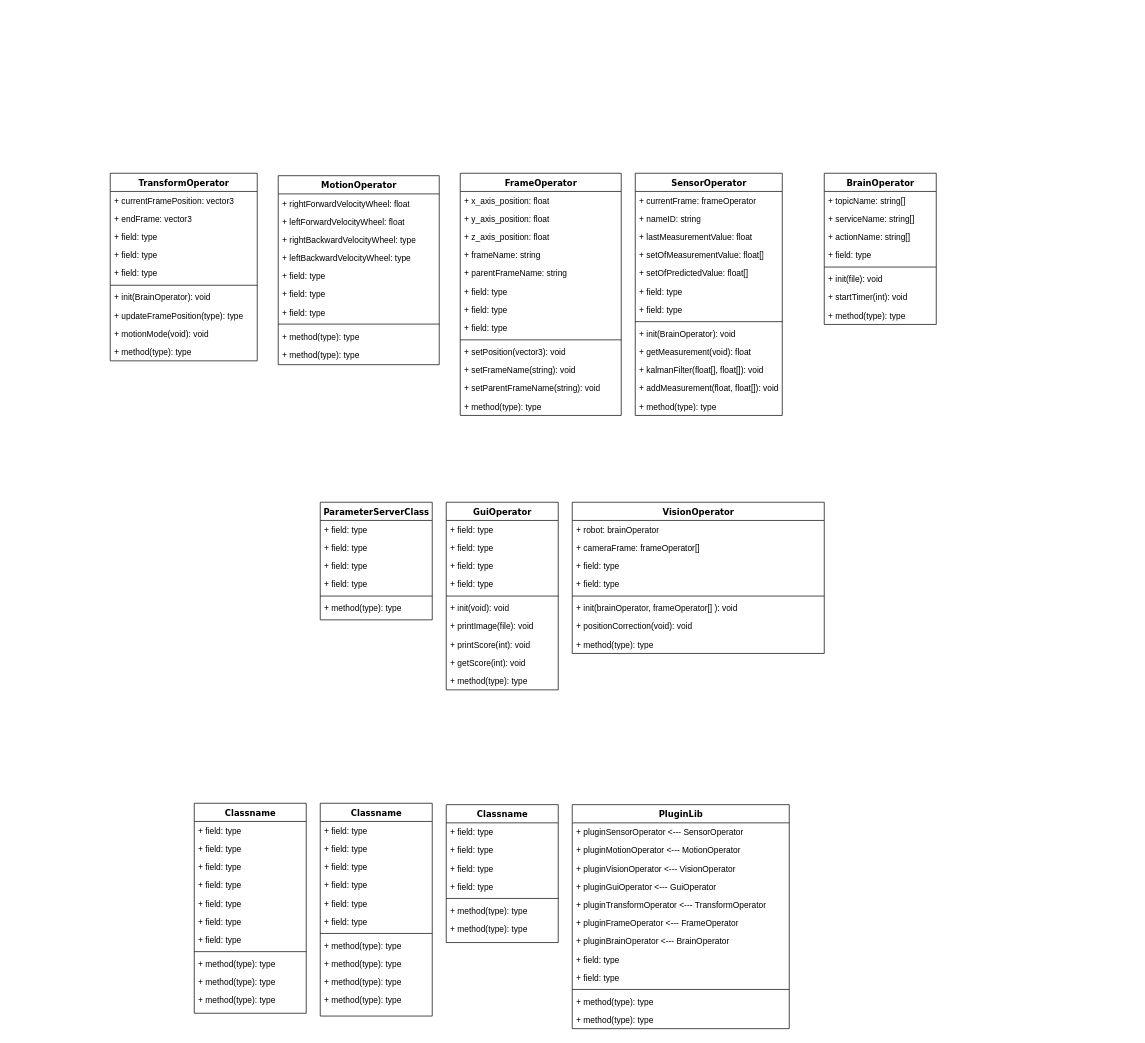
This is software/software_class_diagram.drawio from Betamax58/coupe-de-france, a draw.io file, before an edit. Source tidied: cells renumbered, new cells numbered last; positions are measured from the earlier drawing's top-left corner, leaving out a move shared by most shapes. Both pictures are drawn from the tidied source at 70%, with x=0, y=0 at pixel (110, 173).
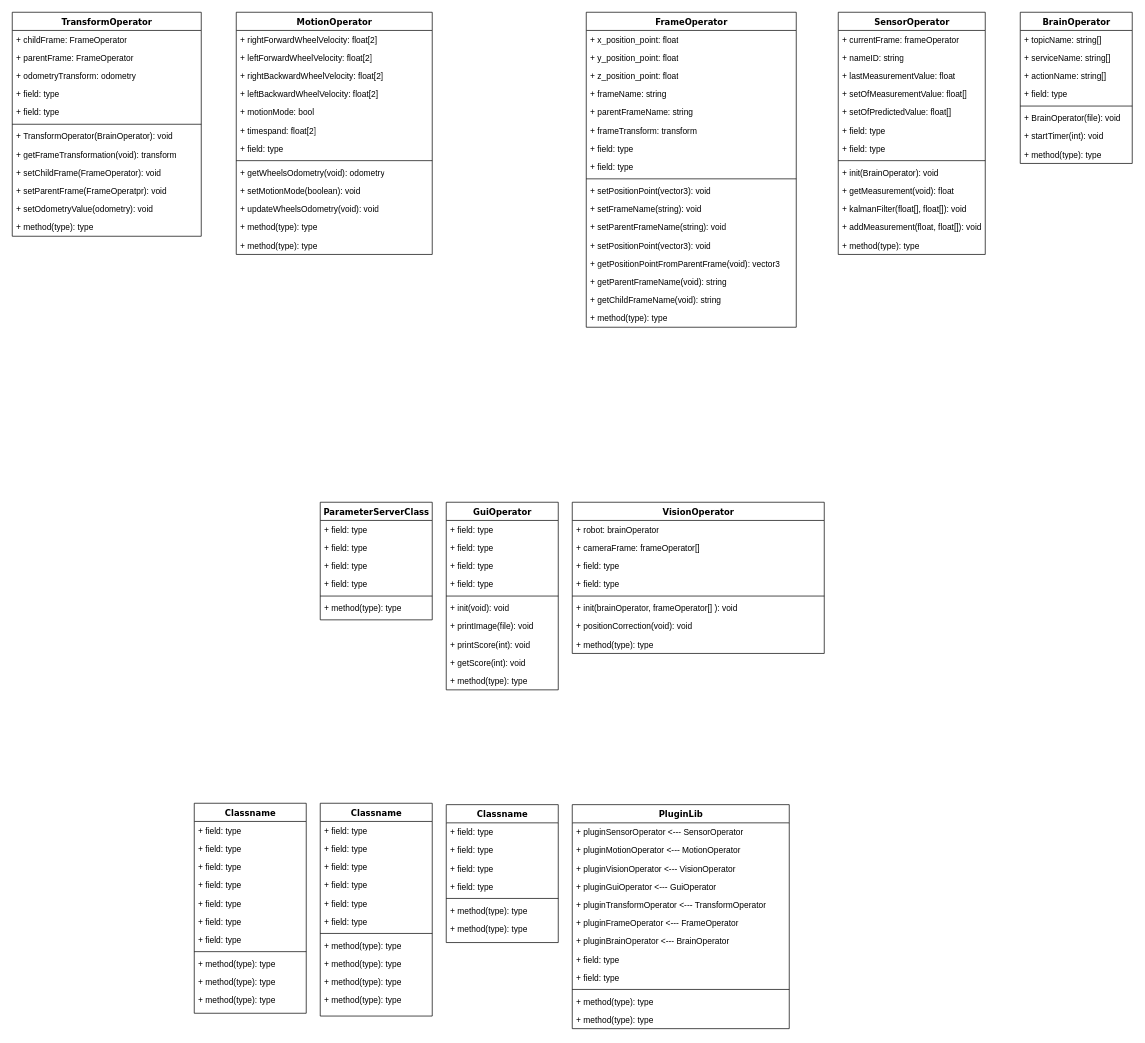
After the change.

Commit message:
Mettre à jour software_class_diagram.drawio

Diff of the diagram source:
```diff
@@
     <mxCell id="2" value="TransformOperator" style="swimlane;html=1;fontStyle=1;align=center;verticalAlign=top;horizontal=1;startSize=26;swimlaneFillColor=#ffffff;rounded=0;shadow=0;comic=0;labelBackgroundColor=none;strokeWidth=1;fillColor=none;fontFamily=Verdana;fontSize=12;" parent="1" vertex="1">
-      <mxGeometry width="210" height="268" as="geometry" />
+      <mxGeometry x="-140" y="-230" width="270" height="320" as="geometry" />
     </mxCell>
-    <mxCell id="3" value="+ currentFramePosition: vector3" style="text;html=1;strokeColor=none;fillColor=none;align=left;verticalAlign=top;spacingLeft=4;spacingRight=4;whiteSpace=wrap;overflow=hidden;" parent="2" vertex="1">
-      <mxGeometry y="26" width="210" height="26" as="geometry" />
+    <mxCell id="3" value="+ childFrame: FrameOperator" style="text;html=1;strokeColor=none;fillColor=none;align=left;verticalAlign=top;spacingLeft=4;spacingRight=4;whiteSpace=wrap;overflow=hidden;" parent="2" vertex="1">
+      <mxGeometry y="26" width="270" height="26" as="geometry" />
     </mxCell>
-    <mxCell id="4" value="+ endFrame: vector3" style="text;html=1;strokeColor=none;fillColor=none;align=left;verticalAlign=top;spacingLeft=4;spacingRight=4;whiteSpace=wrap;overflow=hidden;" parent="2" vertex="1">
-      <mxGeometry y="52" width="210" height="26" as="geometry" />
+    <mxCell id="4" value="+ parentFrame: FrameOperator" style="text;html=1;strokeColor=none;fillColor=none;align=left;verticalAlign=top;spacingLeft=4;spacingRight=4;whiteSpace=wrap;overflow=hidden;" parent="2" vertex="1">
+      <mxGeometry y="52" width="270" height="26" as="geometry" />
     </mxCell>
-    <mxCell id="5" value="+ field: type" style="text;html=1;strokeColor=none;fillColor=none;align=left;verticalAlign=top;spacingLeft=4;spacingRight=4;whiteSpace=wrap;overflow=hidden;" parent="2" vertex="1">
-      <mxGeometry y="78" width="210" height="26" as="geometry" />
+    <mxCell id="5" value="+ odometryTransform: odometry" style="text;html=1;strokeColor=none;fillColor=none;align=left;verticalAlign=top;spacingLeft=4;spacingRight=4;whiteSpace=wrap;overflow=hidden;" parent="2" vertex="1">
+      <mxGeometry y="78" width="270" height="26" as="geometry" />
     </mxCell>
     <mxCell id="6" value="+ field: type" style="text;html=1;strokeColor=none;fillColor=none;align=left;verticalAlign=top;spacingLeft=4;spacingRight=4;whiteSpace=wrap;overflow=hidden;" parent="2" vertex="1">
-      <mxGeometry y="104" width="210" height="26" as="geometry" />
+      <mxGeometry y="104" width="270" height="26" as="geometry" />
     </mxCell>
     <mxCell id="7" value="+ field: type" style="text;html=1;strokeColor=none;fillColor=none;align=left;verticalAlign=top;spacingLeft=4;spacingRight=4;whiteSpace=wrap;overflow=hidden;" parent="2" vertex="1">
-      <mxGeometry y="130" width="210" height="26" as="geometry" />
+      <mxGeometry y="130" width="270" height="26" as="geometry" />
     </mxCell>
     <mxCell id="8" style="line;html=1;strokeWidth=1;fillColor=none;align=left;verticalAlign=middle;spacingTop=-1;spacingLeft=3;spacingRight=3;labelPosition=right;" parent="2" vertex="1">
-      <mxGeometry y="156" width="210" height="8" as="geometry" />
+      <mxGeometry y="156" width="270" height="8" as="geometry" />
     </mxCell>
-    <mxCell id="9" value="+ init(BrainOperator): void" style="text;html=1;strokeColor=none;fillColor=none;align=left;verticalAlign=top;spacingLeft=4;spacingRight=4;whiteSpace=wrap;overflow=hidden;" parent="2" vertex="1">
-      <mxGeometry y="164" width="210" height="26" as="geometry" />
+    <mxCell id="9" value="+ TransformOperator(BrainOperator): void" style="text;html=1;strokeColor=none;fillColor=none;align=left;verticalAlign=top;spacingLeft=4;spacingRight=4;whiteSpace=wrap;overflow=hidden;" parent="2" vertex="1">
+      <mxGeometry y="164" width="270" height="26" as="geometry" />
     </mxCell>
-    <mxCell id="10" value="+ updateFramePosition(type): type" style="text;html=1;strokeColor=none;fillColor=none;align=left;verticalAlign=top;spacingLeft=4;spacingRight=4;whiteSpace=wrap;overflow=hidden;" parent="2" vertex="1">
-      <mxGeometry y="190" width="210" height="26" as="geometry" />
+    <mxCell id="10" value="+ getFrameTransformation(void): transform" style="text;html=1;strokeColor=none;fillColor=none;align=left;verticalAlign=top;spacingLeft=4;spacingRight=4;whiteSpace=wrap;overflow=hidden;" parent="2" vertex="1">
+      <mxGeometry y="190" width="270" height="26" as="geometry" />
     </mxCell>
-    <mxCell id="11" value="+ motionMode(void): void" style="text;html=1;strokeColor=none;fillColor=none;align=left;verticalAlign=top;spacingLeft=4;spacingRight=4;whiteSpace=wrap;overflow=hidden;" parent="2" vertex="1">
-      <mxGeometry y="216" width="210" height="26" as="geometry" />
+    <mxCell id="11" value="+ setChildFrame(FrameOperator): void" style="text;html=1;strokeColor=none;fillColor=none;align=left;verticalAlign=top;spacingLeft=4;spacingRight=4;whiteSpace=wrap;overflow=hidden;" parent="2" vertex="1">
+      <mxGeometry y="216" width="270" height="26" as="geometry" />
     </mxCell>
+    <mxCell id="133" value="+ setParentFrame(FrameOperatpr): void" style="text;html=1;strokeColor=none;fillColor=none;align=left;verticalAlign=top;spacingLeft=4;spacingRight=4;whiteSpace=wrap;overflow=hidden;" parent="2" vertex="1">
+      <mxGeometry y="242" width="270" height="26" as="geometry" />
+    </mxCell>
+    <mxCell id="134" value="+ setOdometryValue(odometry): void" style="text;html=1;strokeColor=none;fillColor=none;align=left;verticalAlign=top;spacingLeft=4;spacingRight=4;whiteSpace=wrap;overflow=hidden;" parent="2" vertex="1">
+      <mxGeometry y="268" width="270" height="26" as="geometry" />
+    </mxCell>
     <mxCell id="12" value="+ method(type): type" style="text;html=1;strokeColor=none;fillColor=none;align=left;verticalAlign=top;spacingLeft=4;spacingRight=4;whiteSpace=wrap;overflow=hidden;" parent="2" vertex="1">
-      <mxGeometry y="242" width="210" height="26" as="geometry" />
+      <mxGeometry y="294" width="270" height="26" as="geometry" />
     </mxCell>
     <mxCell id="13" value="FrameOperator" style="swimlane;html=1;fontStyle=1;align=center;verticalAlign=top;horizontal=1;startSize=26;swimlaneFillColor=#ffffff;rounded=0;shadow=0;comic=0;labelBackgroundColor=none;strokeWidth=1;fillColor=none;fontFamily=Verdana;fontSize=12;" parent="1" vertex="1">
-      <mxGeometry x="500" width="230" height="346" as="geometry" />
+      <mxGeometry x="680" y="-230" width="300" height="450" as="geometry" />
     </mxCell>
-    <mxCell id="14" value="+ x_axis_position: float" style="text;html=1;strokeColor=none;fillColor=none;align=left;verticalAlign=top;spacingLeft=4;spacingRight=4;whiteSpace=wrap;overflow=hidden;" parent="13" vertex="1">
-      <mxGeometry y="26" width="230" height="26" as="geometry" />
+    <mxCell id="14" value="+ x_position_point: float" style="text;html=1;strokeColor=none;fillColor=none;align=left;verticalAlign=top;spacingLeft=4;spacingRight=4;whiteSpace=wrap;overflow=hidden;" parent="13" vertex="1">
+      <mxGeometry y="26" width="300" height="26" as="geometry" />
     </mxCell>
-    <mxCell id="15" value="+ y_axis_position: float" style="text;html=1;strokeColor=none;fillColor=none;align=left;verticalAlign=top;spacingLeft=4;spacingRight=4;whiteSpace=wrap;overflow=hidden;" parent="13" vertex="1">
-      <mxGeometry y="52" width="230" height="26" as="geometry" />
+    <mxCell id="15" value="+ y_position_point: float" style="text;html=1;strokeColor=none;fillColor=none;align=left;verticalAlign=top;spacingLeft=4;spacingRight=4;whiteSpace=wrap;overflow=hidden;" parent="13" vertex="1">
+      <mxGeometry y="52" width="300" height="26" as="geometry" />
     </mxCell>
-    <mxCell id="16" value="+ z_axis_position: float" style="text;html=1;strokeColor=none;fillColor=none;align=left;verticalAlign=top;spacingLeft=4;spacingRight=4;whiteSpace=wrap;overflow=hidden;" parent="13" vertex="1">
-      <mxGeometry y="78" width="230" height="26" as="geometry" />
+    <mxCell id="16" value="+ z_position_point: float" style="text;html=1;strokeColor=none;fillColor=none;align=left;verticalAlign=top;spacingLeft=4;spacingRight=4;whiteSpace=wrap;overflow=hidden;" parent="13" vertex="1">
+      <mxGeometry y="78" width="300" height="26" as="geometry" />
     </mxCell>
     <mxCell id="17" value="+ frameName: string&amp;nbsp;" style="text;html=1;strokeColor=none;fillColor=none;align=left;verticalAlign=top;spacingLeft=4;spacingRight=4;whiteSpace=wrap;overflow=hidden;" parent="13" vertex="1">
-      <mxGeometry y="104" width="230" height="26" as="geometry" />
+      <mxGeometry y="104" width="300" height="26" as="geometry" />
     </mxCell>
     <mxCell id="18" value="+ parentFrameName: string" style="text;html=1;strokeColor=none;fillColor=none;align=left;verticalAlign=top;spacingLeft=4;spacingRight=4;whiteSpace=wrap;overflow=hidden;" parent="13" vertex="1">
-      <mxGeometry y="130" width="230" height="26" as="geometry" />
+      <mxGeometry y="130" width="300" height="26" as="geometry" />
     </mxCell>
-    <mxCell id="19" value="+ field: type" style="text;html=1;strokeColor=none;fillColor=none;align=left;verticalAlign=top;spacingLeft=4;spacingRight=4;whiteSpace=wrap;overflow=hidden;" parent="13" vertex="1">
-      <mxGeometry y="156" width="230" height="26" as="geometry" />
+    <mxCell id="19" value="+ frameTransform: transform" style="text;html=1;strokeColor=none;fillColor=none;align=left;verticalAlign=top;spacingLeft=4;spacingRight=4;whiteSpace=wrap;overflow=hidden;" parent="13" vertex="1">
+      <mxGeometry y="156" width="300" height="26" as="geometry" />
     </mxCell>
     <mxCell id="20" value="+ field: type" style="text;html=1;strokeColor=none;fillColor=none;align=left;verticalAlign=top;spacingLeft=4;spacingRight=4;whiteSpace=wrap;overflow=hidden;" parent="13" vertex="1">
-      <mxGeometry y="182" width="230" height="26" as="geometry" />
+      <mxGeometry y="182" width="300" height="26" as="geometry" />
     </mxCell>
     <mxCell id="21" value="+ field: type" style="text;html=1;strokeColor=none;fillColor=none;align=left;verticalAlign=top;spacingLeft=4;spacingRight=4;whiteSpace=wrap;overflow=hidden;" parent="13" vertex="1">
-      <mxGeometry y="208" width="230" height="26" as="geometry" />
+      <mxGeometry y="208" width="300" height="26" as="geometry" />
     </mxCell>
     <mxCell id="22" style="line;html=1;strokeWidth=1;fillColor=none;align=left;verticalAlign=middle;spacingTop=-1;spacingLeft=3;spacingRight=3;labelPosition=right;" parent="13" vertex="1">
-      <mxGeometry y="234" width="230" height="8" as="geometry" />
+      <mxGeometry y="234" width="300" height="8" as="geometry" />
     </mxCell>
-    <mxCell id="23" value="+ setPosition(vector3): void" style="text;html=1;strokeColor=none;fillColor=none;align=left;verticalAlign=top;spacingLeft=4;spacingRight=4;whiteSpace=wrap;overflow=hidden;" parent="13" vertex="1">
-      <mxGeometry y="242" width="230" height="26" as="geometry" />
+    <mxCell id="23" value="+ setPositionPoint(vector3): void" style="text;html=1;strokeColor=none;fillColor=none;align=left;verticalAlign=top;spacingLeft=4;spacingRight=4;whiteSpace=wrap;overflow=hidden;" parent="13" vertex="1">
+      <mxGeometry y="242" width="300" height="26" as="geometry" />
     </mxCell>
     <mxCell id="24" value="+ setFrameName(string): void" style="text;html=1;strokeColor=none;fillColor=none;align=left;verticalAlign=top;spacingLeft=4;spacingRight=4;whiteSpace=wrap;overflow=hidden;" parent="13" vertex="1">
-      <mxGeometry y="268" width="230" height="26" as="geometry" />
+      <mxGeometry y="268" width="300" height="26" as="geometry" />
     </mxCell>
     <mxCell id="25" value="+ setParentFrameName(string): void" style="text;html=1;strokeColor=none;fillColor=none;align=left;verticalAlign=top;spacingLeft=4;spacingRight=4;whiteSpace=wrap;overflow=hidden;" parent="13" vertex="1">
-      <mxGeometry y="294" width="230" height="26" as="geometry" />
+      <mxGeometry y="294" width="300" height="26" as="geometry" />
     </mxCell>
+    <mxCell id="135" value="+ setPositionPoint(vector3): void" style="text;html=1;strokeColor=none;fillColor=none;align=left;verticalAlign=top;spacingLeft=4;spacingRight=4;whiteSpace=wrap;overflow=hidden;" parent="13" vertex="1">
+      <mxGeometry y="320" width="300" height="26" as="geometry" />
+    </mxCell>
+    <mxCell id="136" value="+ getPositionPointFromParentFrame(void): vector3" style="text;html=1;strokeColor=none;fillColor=none;align=left;verticalAlign=top;spacingLeft=4;spacingRight=4;whiteSpace=wrap;overflow=hidden;" parent="13" vertex="1">
+      <mxGeometry y="346" width="300" height="26" as="geometry" />
+    </mxCell>
+    <mxCell id="137" value="+ getParentFrameName(void): string" style="text;html=1;strokeColor=none;fillColor=none;align=left;verticalAlign=top;spacingLeft=4;spacingRight=4;whiteSpace=wrap;overflow=hidden;" parent="13" vertex="1">
+      <mxGeometry y="372" width="300" height="26" as="geometry" />
+    </mxCell>
+    <mxCell id="138" value="+ getChildFrameName(void): string" style="text;html=1;strokeColor=none;fillColor=none;align=left;verticalAlign=top;spacingLeft=4;spacingRight=4;whiteSpace=wrap;overflow=hidden;" parent="13" vertex="1">
+      <mxGeometry y="398" width="300" height="26" as="geometry" />
+    </mxCell>
     <mxCell id="26" value="+ method(type): type" style="text;html=1;strokeColor=none;fillColor=none;align=left;verticalAlign=top;spacingLeft=4;spacingRight=4;whiteSpace=wrap;overflow=hidden;" parent="13" vertex="1">
-      <mxGeometry y="320" width="230" height="26" as="geometry" />
+      <mxGeometry y="424" width="300" height="26" as="geometry" />
     </mxCell>
@@
     <mxCell id="59" value="MotionOperator" style="swimlane;html=1;fontStyle=1;align=center;verticalAlign=top;horizontal=1;startSize=26;swimlaneFillColor=#ffffff;rounded=0;shadow=0;comic=0;labelBackgroundColor=none;strokeWidth=1;fillColor=none;fontFamily=Verdana;fontSize=12;" parent="1" vertex="1">
-      <mxGeometry x="240" y="3.5" width="230" height="270" as="geometry" />
+      <mxGeometry x="180" y="-230" width="280" height="346" as="geometry" />
     </mxCell>
-    <mxCell id="60" value="+ rightForwardVelocityWheel: float" style="text;html=1;strokeColor=none;fillColor=none;align=left;verticalAlign=top;spacingLeft=4;spacingRight=4;whiteSpace=wrap;overflow=hidden;" parent="59" vertex="1">
-      <mxGeometry y="26" width="230" height="26" as="geometry" />
+    <mxCell id="60" value="+ rightForwardWheelVelocity: float[2]" style="text;html=1;strokeColor=none;fillColor=none;align=left;verticalAlign=top;spacingLeft=4;spacingRight=4;whiteSpace=wrap;overflow=hidden;" parent="59" vertex="1">
+      <mxGeometry y="26" width="280" height="26" as="geometry" />
     </mxCell>
-    <mxCell id="61" value="+ leftForwardVelocityWheel: float" style="text;html=1;strokeColor=none;fillColor=none;align=left;verticalAlign=top;spacingLeft=4;spacingRight=4;whiteSpace=wrap;overflow=hidden;" parent="59" vertex="1">
-      <mxGeometry y="52" width="230" height="26" as="geometry" />
+    <mxCell id="61" value="+ leftForwardWheelVelocity: float[2]" style="text;html=1;strokeColor=none;fillColor=none;align=left;verticalAlign=top;spacingLeft=4;spacingRight=4;whiteSpace=wrap;overflow=hidden;" parent="59" vertex="1">
+      <mxGeometry y="52" width="280" height="26" as="geometry" />
     </mxCell>
-    <mxCell id="62" value="+ rightBackwardVelocityWheel: type" style="text;html=1;strokeColor=none;fillColor=none;align=left;verticalAlign=top;spacingLeft=4;spacingRight=4;whiteSpace=wrap;overflow=hidden;" parent="59" vertex="1">
-      <mxGeometry y="78" width="230" height="26" as="geometry" />
+    <mxCell id="62" value="+ rightBackwardWheelVelocity: float[2]" style="text;html=1;strokeColor=none;fillColor=none;align=left;verticalAlign=top;spacingLeft=4;spacingRight=4;whiteSpace=wrap;overflow=hidden;" parent="59" vertex="1">
+      <mxGeometry y="78" width="280" height="26" as="geometry" />
     </mxCell>
-    <mxCell id="63" value="+ leftBackwardVelocityWheel: type" style="text;html=1;strokeColor=none;fillColor=none;align=left;verticalAlign=top;spacingLeft=4;spacingRight=4;whiteSpace=wrap;overflow=hidden;" parent="59" vertex="1">
-      <mxGeometry y="104" width="230" height="26" as="geometry" />
+    <mxCell id="63" value="+ leftBackwardWheelVelocity: float[2]" style="text;html=1;strokeColor=none;fillColor=none;align=left;verticalAlign=top;spacingLeft=4;spacingRight=4;whiteSpace=wrap;overflow=hidden;" parent="59" vertex="1">
+      <mxGeometry y="104" width="280" height="26" as="geometry" />
     </mxCell>
-    <mxCell id="64" value="+ field: type" style="text;html=1;strokeColor=none;fillColor=none;align=left;verticalAlign=top;spacingLeft=4;spacingRight=4;whiteSpace=wrap;overflow=hidden;" parent="59" vertex="1">
-      <mxGeometry y="130" width="230" height="26" as="geometry" />
+    <mxCell id="64" value="+ motionMode: bool" style="text;html=1;strokeColor=none;fillColor=none;align=left;verticalAlign=top;spacingLeft=4;spacingRight=4;whiteSpace=wrap;overflow=hidden;" parent="59" vertex="1">
+      <mxGeometry y="130" width="280" height="26" as="geometry" />
     </mxCell>
-    <mxCell id="65" value="+ field: type" style="text;html=1;strokeColor=none;fillColor=none;align=left;verticalAlign=top;spacingLeft=4;spacingRight=4;whiteSpace=wrap;overflow=hidden;" parent="59" vertex="1">
-      <mxGeometry y="156" width="230" height="26" as="geometry" />
+    <mxCell id="65" value="+ timespand: float[2]" style="text;html=1;strokeColor=none;fillColor=none;align=left;verticalAlign=top;spacingLeft=4;spacingRight=4;whiteSpace=wrap;overflow=hidden;" parent="59" vertex="1">
+      <mxGeometry y="156" width="280" height="26" as="geometry" />
     </mxCell>
     <mxCell id="66" value="+ field: type" style="text;html=1;strokeColor=none;fillColor=none;align=left;verticalAlign=top;spacingLeft=4;spacingRight=4;whiteSpace=wrap;overflow=hidden;" parent="59" vertex="1">
-      <mxGeometry y="182" width="230" height="26" as="geometry" />
+      <mxGeometry y="182" width="280" height="26" as="geometry" />
     </mxCell>
     <mxCell id="67" style="line;html=1;strokeWidth=1;fillColor=none;align=left;verticalAlign=middle;spacingTop=-1;spacingLeft=3;spacingRight=3;labelPosition=right;" parent="59" vertex="1">
-      <mxGeometry y="208" width="230" height="8" as="geometry" />
+      <mxGeometry y="208" width="280" height="8" as="geometry" />
     </mxCell>
-    <mxCell id="68" value="+ method(type): type" style="text;html=1;strokeColor=none;fillColor=none;align=left;verticalAlign=top;spacingLeft=4;spacingRight=4;whiteSpace=wrap;overflow=hidden;" parent="59" vertex="1">
-      <mxGeometry y="216" width="230" height="26" as="geometry" />
+    <mxCell id="68" value="+ getWheelsOdometry(void): odometry" style="text;html=1;strokeColor=none;fillColor=none;align=left;verticalAlign=top;spacingLeft=4;spacingRight=4;whiteSpace=wrap;overflow=hidden;" parent="59" vertex="1">
+      <mxGeometry y="216" width="280" height="26" as="geometry" />
     </mxCell>
+    <mxCell id="139" value="+ setMotionMode(boolean): void" style="text;html=1;strokeColor=none;fillColor=none;align=left;verticalAlign=top;spacingLeft=4;spacingRight=4;whiteSpace=wrap;overflow=hidden;" parent="59" vertex="1">
+      <mxGeometry y="242" width="280" height="26" as="geometry" />
+    </mxCell>
+    <mxCell id="140" value="+ updateWheelsOdometry(void): void" style="text;html=1;strokeColor=none;fillColor=none;align=left;verticalAlign=top;spacingLeft=4;spacingRight=4;whiteSpace=wrap;overflow=hidden;" parent="59" vertex="1">
+      <mxGeometry y="268" width="280" height="26" as="geometry" />
+    </mxCell>
+    <mxCell id="141" value="+ method(type): type" style="text;html=1;strokeColor=none;fillColor=none;align=left;verticalAlign=top;spacingLeft=4;spacingRight=4;whiteSpace=wrap;overflow=hidden;" parent="59" vertex="1">
+      <mxGeometry y="294" width="280" height="26" as="geometry" />
+    </mxCell>
     <mxCell id="69" value="+ method(type): type" style="text;html=1;strokeColor=none;fillColor=none;align=left;verticalAlign=top;spacingLeft=4;spacingRight=4;whiteSpace=wrap;overflow=hidden;" parent="59" vertex="1">
-      <mxGeometry y="242" width="230" height="26" as="geometry" />
+      <mxGeometry y="320" width="280" height="26" as="geometry" />
     </mxCell>
@@
     <mxCell id="77" value="BrainOperator" style="swimlane;html=1;fontStyle=1;align=center;verticalAlign=top;horizontal=1;startSize=26;swimlaneFillColor=#ffffff;rounded=0;shadow=0;comic=0;labelBackgroundColor=none;strokeWidth=1;fillColor=none;fontFamily=Verdana;fontSize=12;" parent="1" vertex="1">
-      <mxGeometry x="1020" width="160" height="216" as="geometry" />
+      <mxGeometry x="1300" y="-230" width="160" height="216" as="geometry" />
     </mxCell>
@@
-    <mxCell id="83" value="+ init(file): void" style="text;html=1;strokeColor=none;fillColor=none;align=left;verticalAlign=top;spacingLeft=4;spacingRight=4;whiteSpace=wrap;overflow=hidden;" parent="77" vertex="1">
+    <mxCell id="83" value="+ BrainOperator(file): void" style="text;html=1;strokeColor=none;fillColor=none;align=left;verticalAlign=top;spacingLeft=4;spacingRight=4;whiteSpace=wrap;overflow=hidden;" parent="77" vertex="1">
       <mxGeometry y="138" width="160" height="26" as="geometry" />
     </mxCell>
@@
     <mxCell id="86" value="SensorOperator" style="swimlane;html=1;fontStyle=1;align=center;verticalAlign=top;horizontal=1;startSize=26;swimlaneFillColor=#ffffff;rounded=0;shadow=0;comic=0;labelBackgroundColor=none;strokeWidth=1;fillColor=none;fontFamily=Verdana;fontSize=12;" parent="1" vertex="1">
-      <mxGeometry x="750" width="210" height="346" as="geometry" />
+      <mxGeometry x="1040" y="-230" width="210" height="346" as="geometry" />
     </mxCell>
```
